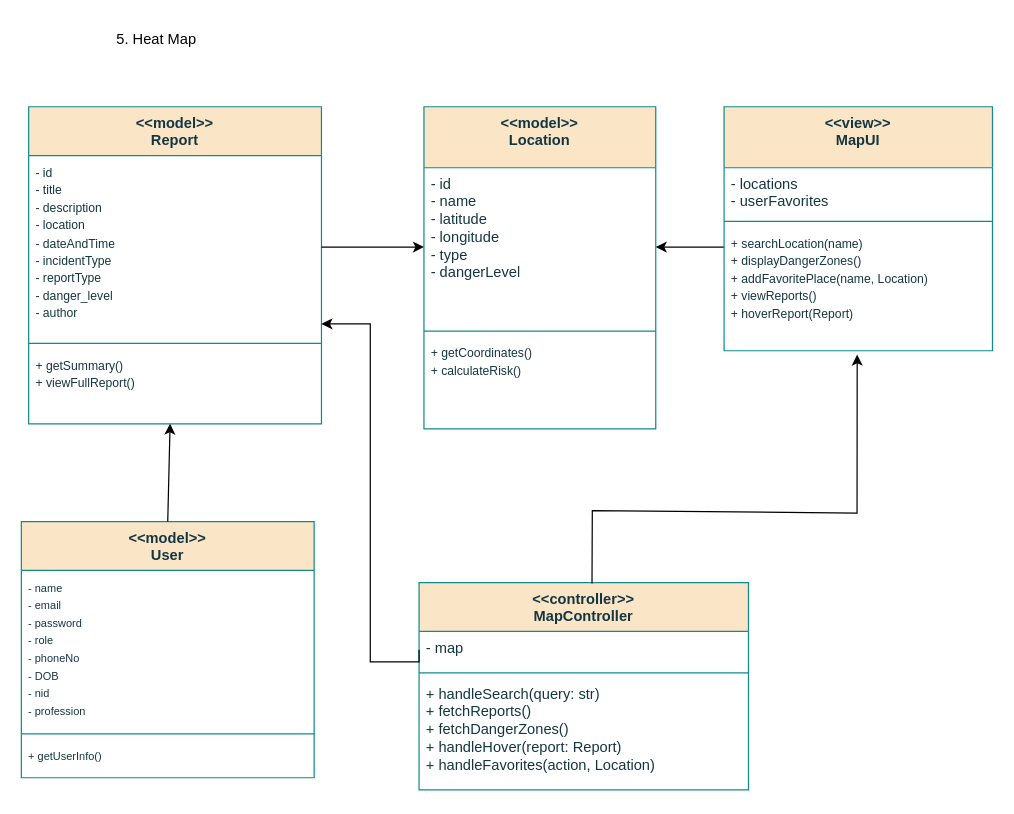
Before: page "5. User Heat Map" (5 of 13) of Untitled Diagram.drawio in TH-014/CSE_326, a draw.io diagram. Source tidied: cells renumbered, new cells numbered last; positions are measured from the earlier drawing's top-left corner, leaving out a move shared by most shapes. Both pictures are drawn from the tidied source at 122%, with x=0, y=0 at pixel (21, 21).
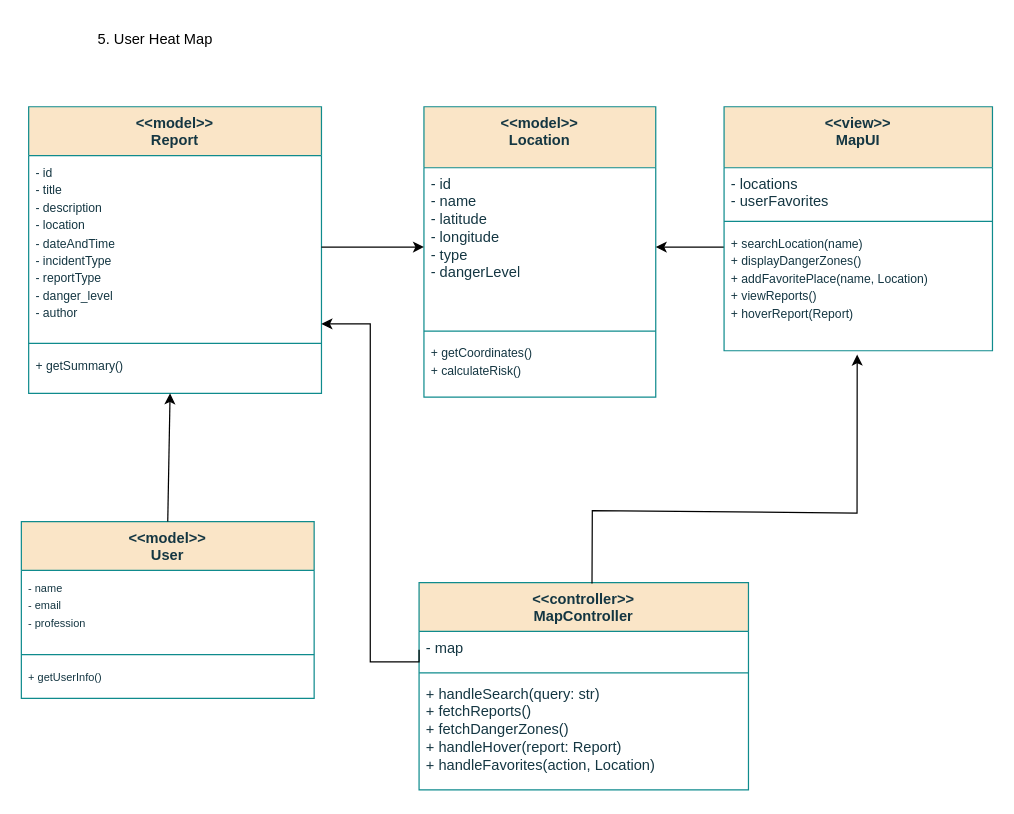
The same page after the edit.

Diff of the diagram source:
```diff
@@
     <mxCell id="2" value="&amp;lt;&amp;lt;model&amp;gt;&amp;gt;&lt;br&gt;Location" style="swimlane;fontStyle=1;align=center;verticalAlign=top;horizontal=1;startSize=50;whiteSpace=wrap;html=1;strokeColor=#0F8B8D;fontColor=#143642;fillColor=#FAE5C7;" parent="1" vertex="1">
-      <mxGeometry x="330" y="70" width="190" height="264" as="geometry" />
+      <mxGeometry x="330" y="70" width="190" height="238" as="geometry" />
     </mxCell>
@@
     <mxCell id="5" value="&lt;font size=&quot;1&quot;&gt;+ getCoordinates()&lt;br&gt;+ calculateRisk()&lt;/font&gt;" style="text;strokeColor=none;fillColor=none;align=left;verticalAlign=top;spacingLeft=4;spacingRight=4;overflow=hidden;whiteSpace=wrap;html=1;fontColor=#143642;" parent="2" vertex="1">
-      <mxGeometry y="188" width="190" height="76" as="geometry" />
+      <mxGeometry y="188" width="190" height="50" as="geometry" />
     </mxCell>
@@
-    <mxCell id="11" value="5. Heat Map" style="text;html=1;strokeColor=none;fillColor=none;align=center;verticalAlign=middle;whiteSpace=wrap;rounded=0;" parent="1" vertex="1">
-      <mxGeometry x="6" width="210" height="30" as="geometry" />
+    <mxCell id="11" value="5. User Heat Map" style="text;html=1;strokeColor=none;fillColor=none;align=center;verticalAlign=middle;whiteSpace=wrap;rounded=0;" parent="1" vertex="1">
+      <mxGeometry x="5" width="210" height="30" as="geometry" />
     </mxCell>
     <mxCell id="12" value="&lt;div&gt;&amp;lt;&amp;lt;model&amp;gt;&amp;gt;&lt;/div&gt;&lt;div&gt;Report&lt;/div&gt;" style="swimlane;fontStyle=1;align=center;verticalAlign=top;horizontal=1;startSize=40;whiteSpace=wrap;html=1;strokeColor=#0F8B8D;fontColor=#143642;fillColor=#FAE5C7;" parent="1" vertex="1">
-      <mxGeometry x="6" y="70" width="240" height="260" as="geometry" />
+      <mxGeometry x="6" y="70" width="240" height="235" as="geometry" />
     </mxCell>
@@
-    <mxCell id="15" value="&lt;font size=&quot;1&quot;&gt;+ getSummary()&lt;br&gt;+ viewFullReport()&lt;/font&gt;" style="text;strokeColor=none;fillColor=none;align=left;verticalAlign=top;spacingLeft=4;spacingRight=4;overflow=hidden;points=[[0,0.5],[1,0.5]];portConstraint=eastwest;whiteSpace=wrap;html=1;fontColor=#143642;" parent="12" vertex="1">
-      <mxGeometry y="198" width="240" height="62" as="geometry" />
+    <mxCell id="15" value="&lt;font size=&quot;1&quot;&gt;+ getSummary()&lt;br&gt;&lt;/font&gt;" style="text;strokeColor=none;fillColor=none;align=left;verticalAlign=top;spacingLeft=4;spacingRight=4;overflow=hidden;points=[[0,0.5],[1,0.5]];portConstraint=eastwest;whiteSpace=wrap;html=1;fontColor=#143642;" parent="12" vertex="1">
+      <mxGeometry y="198" width="240" height="37" as="geometry" />
     </mxCell>
     <mxCell id="16" value="&amp;lt;&amp;lt;model&amp;gt;&amp;gt;&lt;br&gt;User" style="swimlane;fontStyle=1;align=center;verticalAlign=top;horizontal=1;startSize=40;whiteSpace=wrap;html=1;labelBackgroundColor=none;fillColor=#FAE5C7;strokeColor=#0F8B8D;fontColor=#143642;" parent="1" vertex="1">
-      <mxGeometry y="410" width="240" height="210" as="geometry" />
+      <mxGeometry y="410" width="240" height="145" as="geometry" />
     </mxCell>
-    <mxCell id="17" value="&lt;font style=&quot;font-size: 9px;&quot;&gt;- name&lt;br style=&quot;border-color: var(--border-color);&quot;&gt;- email&lt;br style=&quot;border-color: var(--border-color);&quot;&gt;- password&lt;br style=&quot;border-color: var(--border-color);&quot;&gt;- role&lt;br style=&quot;border-color: var(--border-color);&quot;&gt;- phoneNo&lt;/font&gt;&lt;div&gt;&lt;font style=&quot;font-size: 9px;&quot;&gt;- DOB&lt;/font&gt;&lt;br&gt;&lt;div&gt;&lt;div&gt;&lt;font style=&quot;font-size: 9px;&quot;&gt;- nid&lt;br&gt;- profession&lt;/font&gt;&lt;/div&gt;&lt;/div&gt;&lt;/div&gt;" style="text;strokeColor=none;fillColor=none;align=left;verticalAlign=top;spacingLeft=4;spacingRight=4;overflow=hidden;whiteSpace=wrap;html=1;labelBackgroundColor=none;fontColor=#143642;" parent="16" vertex="1">
-      <mxGeometry y="40" width="240" height="130" as="geometry" />
+    <mxCell id="17" value="&lt;font style=&quot;font-size: 9px;&quot;&gt;- name&lt;br style=&quot;border-color: var(--border-color); --darkreader-inline-border: var(--darkreader-border--border-color);&quot;&gt;- email&lt;br&gt;&lt;/font&gt;&lt;div&gt;&lt;div&gt;&lt;div&gt;&lt;font style=&quot;font-size: 9px;&quot;&gt;- profession&lt;/font&gt;&lt;/div&gt;&lt;/div&gt;&lt;/div&gt;" style="text;strokeColor=none;fillColor=none;align=left;verticalAlign=top;spacingLeft=4;spacingRight=4;overflow=hidden;whiteSpace=wrap;html=1;labelBackgroundColor=none;fontColor=#143642;" parent="16" vertex="1">
+      <mxGeometry y="40" width="240" height="65" as="geometry" />
     </mxCell>
     <mxCell id="18" style="line;strokeWidth=1;fillColor=none;align=left;verticalAlign=middle;spacingTop=-1;spacingLeft=3;spacingRight=3;labelPosition=right;strokeColor=#0F8B8D;labelBackgroundColor=none;fontColor=#143642;" parent="16" vertex="1">
-      <mxGeometry y="170" width="240" as="geometry" />
+      <mxGeometry y="105" width="240" as="geometry" />
     </mxCell>
     <mxCell id="19" style="line;strokeWidth=1;fillColor=none;align=left;verticalAlign=middle;spacingTop=-1;spacingLeft=3;spacingRight=3;labelPosition=right;strokeColor=#0F8B8D;labelBackgroundColor=none;fontColor=#143642;" parent="16" vertex="1">
-      <mxGeometry y="170" width="240" height="8" as="geometry" />
+      <mxGeometry y="105" width="240" height="8" as="geometry" />
     </mxCell>
     <mxCell id="20" value="&lt;div&gt;&lt;font style=&quot;font-size: 9px;&quot; face=&quot;Helvetica&quot;&gt;+ getUserInfo()&lt;/font&gt;&lt;font size=&quot;1&quot;&gt;&lt;br&gt;&lt;/font&gt;&lt;/div&gt;" style="text;strokeColor=none;fillColor=none;align=left;verticalAlign=top;spacingLeft=4;spacingRight=4;overflow=hidden;whiteSpace=wrap;html=1;labelBackgroundColor=none;fontColor=#143642;" parent="16" vertex="1">
-      <mxGeometry y="178" width="240" height="32" as="geometry" />
+      <mxGeometry y="113" width="240" height="32" as="geometry" />
     </mxCell>
```
